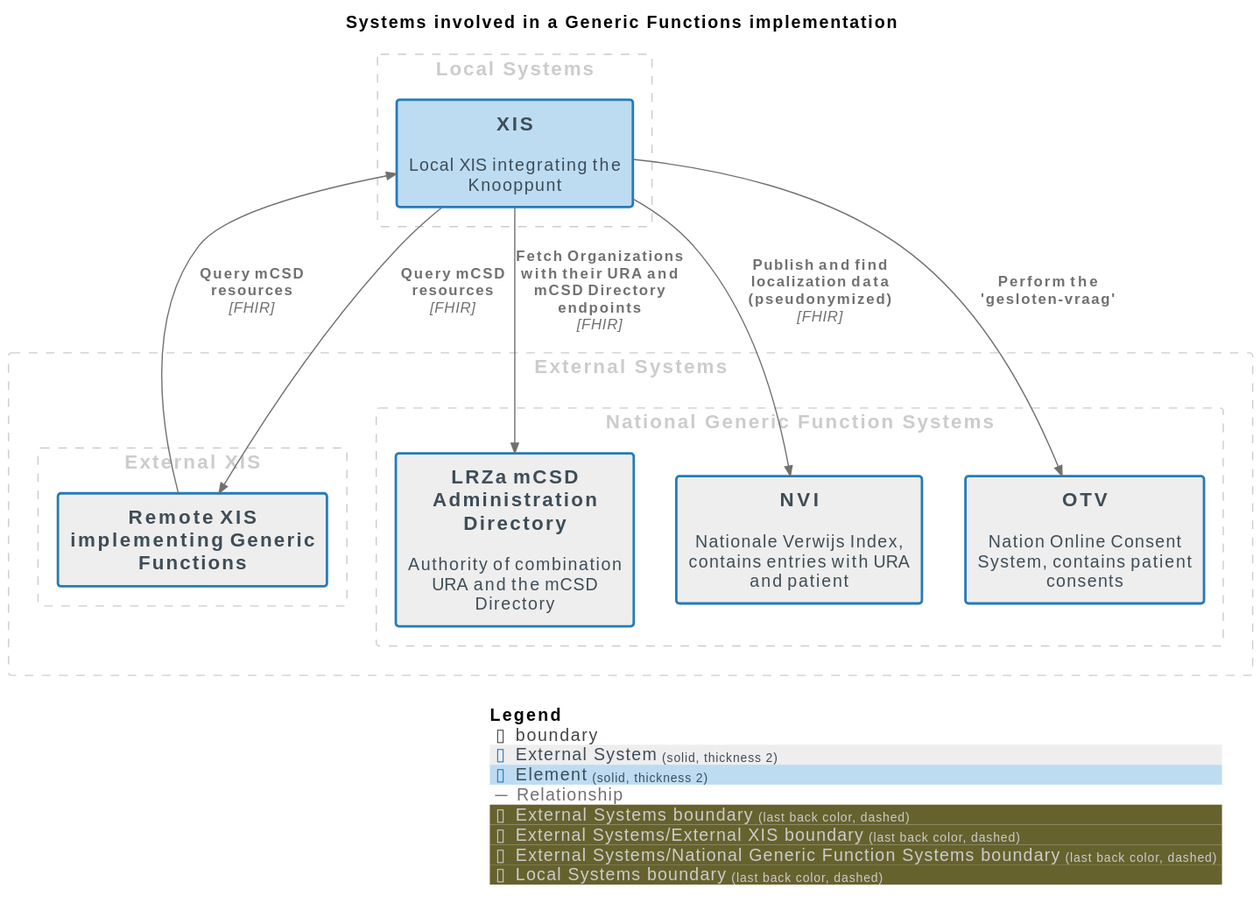
nuts-foundation/nuts-knooppunt keeps this PlantUML diagram as docs/images/structurizr-GF_SystemContext.svg. Above is the earlier version.
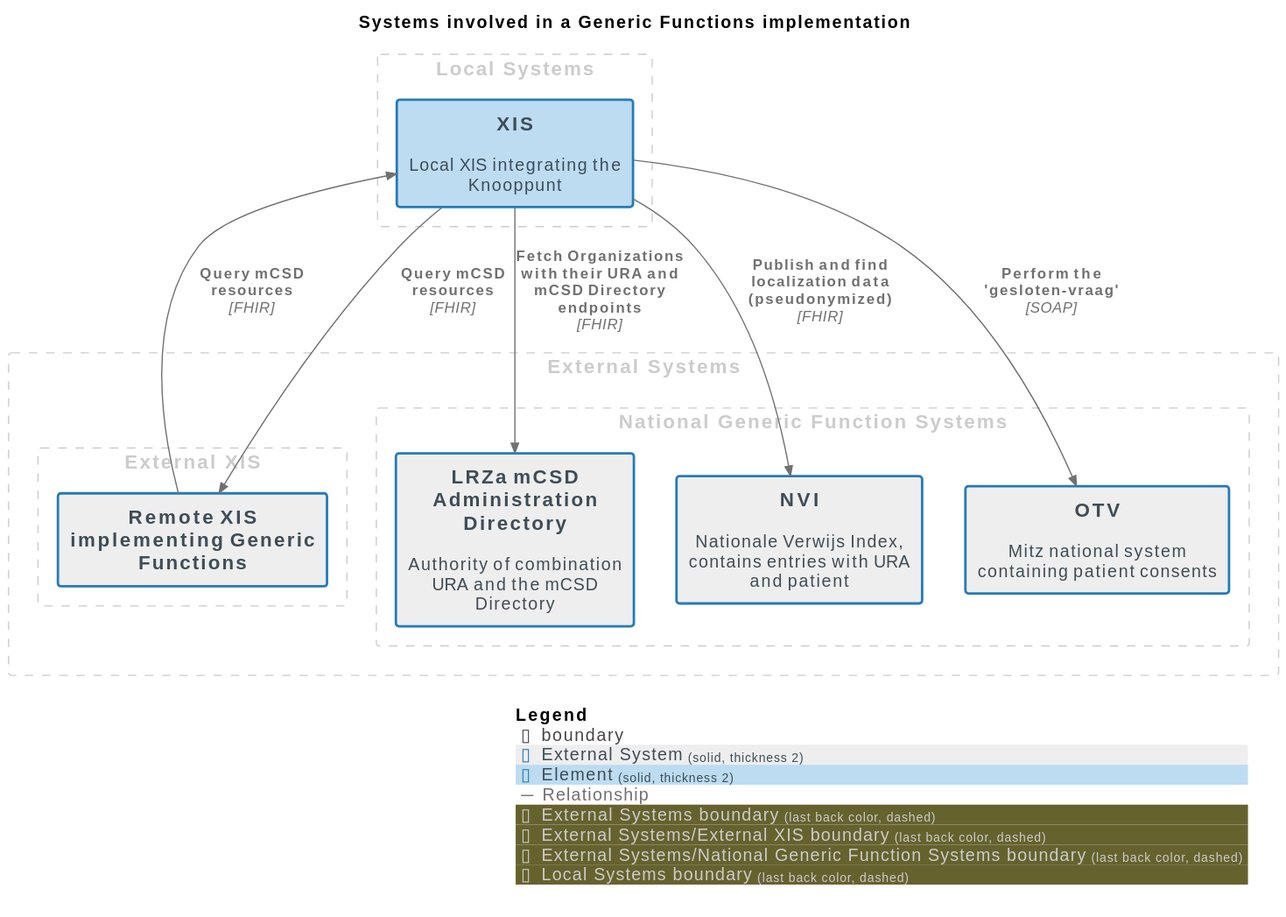
The same diagram one commit later.

Commit message:
C4 diagrams for PEP/PDP that use GF Consent

Diff of the diagram source:
```diff
@@ -23,7 +23,7 @@
     Boundary(group_3, "National Generic Function Systems", $tags="External Systems/National Generic Function Systems") {
       System(LRZamCSDAdministrationDirectory, "LRZa mCSD Administration Directory", $descr="Authority of combination URA and the mCSD Directory", $tags="External System", $link="")
       System(NVI, "NVI", $descr="Nationale Verwijs Index, contains entries with URA and patient", $tags="External System", $link="")
-      System(OTV, "OTV", $descr="Nation Online Consent System, contains patient consents", $tags="External System", $link="")
+      System(OTV, "OTV", $descr="Mitz national system containing patient consents", $tags="External System", $link="")
     }
 
 }
@@ -38,7 +38,7 @@
 Rel(XIS, LRZamCSDAdministrationDirectory, "Fetch Organizations with their URA and mCSD Directory endpoints", $techn="FHIR", $tags="Relationship", $link="")
 Rel(XIS, RemoteXISimplementingGenericFunctions, "Query mCSD resources", $techn="FHIR", $tags="Relationship", $link="")
 Rel(XIS, NVI, "Publish and find localization data\n(pseudonymized)", $techn="FHIR", $tags="Relationship", $link="")
-Rel(XIS, OTV, "Perform the 'gesloten-vraag'", $techn="", $tags="Relationship", $link="")
+Rel(XIS, OTV, "Perform the 'gesloten-vraag'", $techn="SOAP", $tags="Relationship", $link="")
 
 SHOW_LEGEND(true)
 @enduml
```
